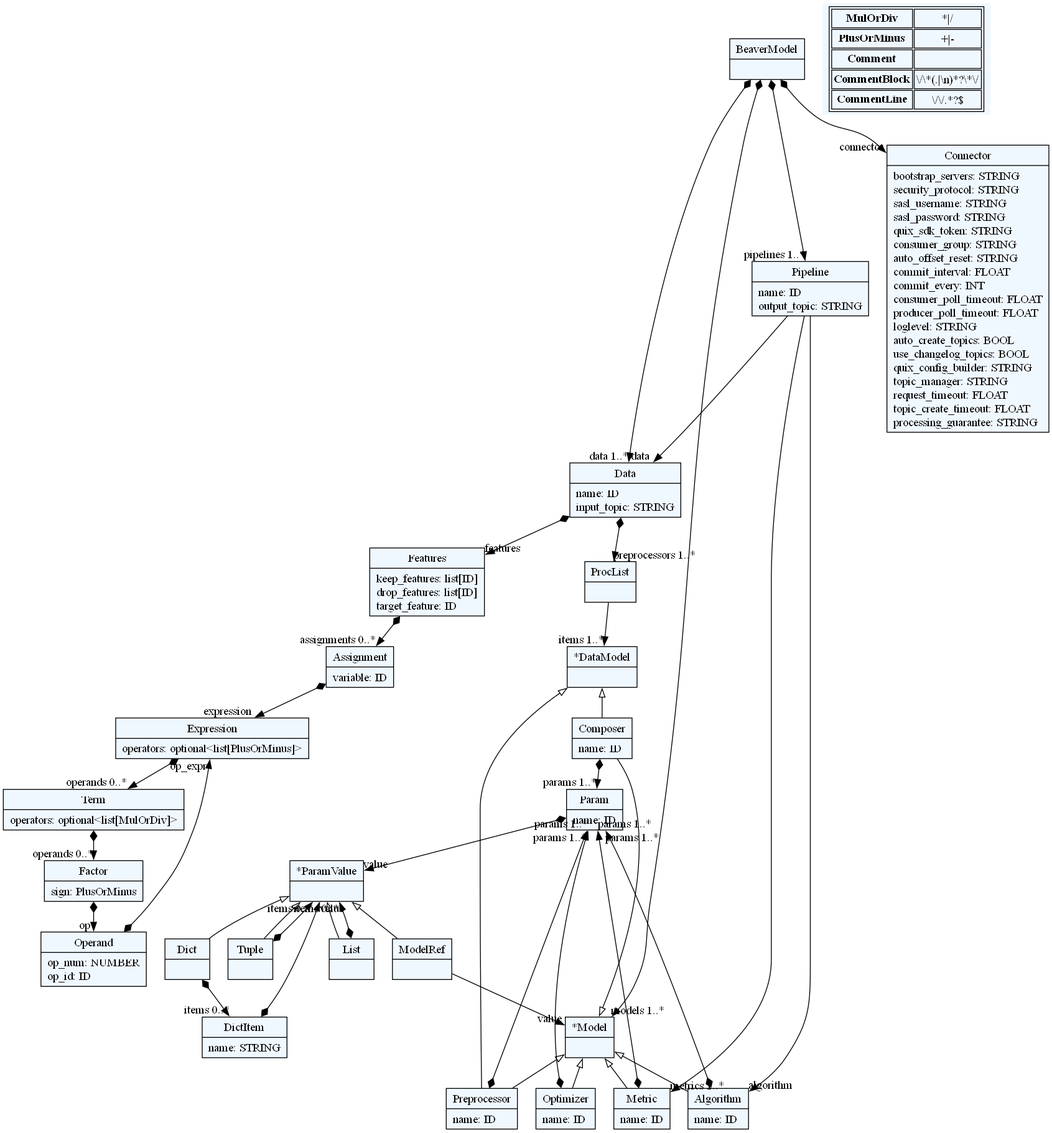
The Graphviz diagram beaver/grammar/pipeline.dot.png in deepblue597/beaver, before a commit. Its source is kept beside it as beaver/grammar/pipeline.dot. Source of this version:
```dot
    digraph textX {
    fontname = "Bitstream Vera Sans"
    fontsize = 8
    node[
        shape=record,
        style=filled,
        fillcolor=aliceblue
    ]
    nodesep = 0.3
    edge[dir=black,arrowtail=empty]


2249549835936[ label="{BeaverModel|}"]

2249583498048[ label="{Pipeline|name: ID\loutput_topic: STRING\l}"]

2249584104304[ label="{Data|name: ID\linput_topic: STRING\l}"]

2249584104112[ label="{ProcList|}"]

2249584103968[ label="{Features|keep_features: list[ID]\ldrop_features: list[ID]\ltarget_feature: ID\l}"]

2249584100032[ label="{Assignment|variable: ID\l}"]

2249584099984[ label="{Expression|operators: optional\<list[PlusOrMinus]\>\l}"]

2249584099744[ label="{Term|operators: optional\<list[MulOrDiv]\>\l}"]

2249584100080[ label="{Factor|sign: PlusOrMinus\l}"]

2249584104352[ label="{Operand|op_num: NUMBER\lop_id: ID\l}"]

2249584104736[ label="{Connector|bootstrap_servers: STRING\lsecurity_protocol: STRING\lsasl_username: STRING\lsasl_password: STRING\lquix_sdk_token: STRING\lconsumer_group: STRING\lauto_offset_reset: STRING\lcommit_interval: FLOAT\lcommit_every: INT\lconsumer_poll_timeout: FLOAT\lproducer_poll_timeout: FLOAT\lloglevel: STRING\lauto_create_topics: BOOL\luse_changelog_topics: BOOL\lquix_config_builder: STRING\ltopic_manager: STRING\lrequest_timeout: FLOAT\ltopic_create_timeout: FLOAT\lprocessing_guarantee: STRING\l}"]

2249550026352[ label="{List|}"]

2249584105648[ label="{Tuple|}"]

2249584105792[ label="{Dict|}"]

2249584106320[ label="{DictItem|name: STRING\l}"]

2249584105168[ label="{ModelRef|}"]

2249584106512[ label="{Param|name: ID\l}"]

2249584106608[ label="{*ParamValue|}"]

2249584107136[ label="{*Model|}"]

2249584107232[ label="{*DataModel|}"]

2249584107328[ label="{Composer|name: ID\l}"]

2249584107424[ label="{Preprocessor|name: ID\l}"]

2249584531200[ label="{Algorithm|name: ID\l}"]

2249584107568[ label="{Optimizer|name: ID\l}"]

2249584107616[ label="{Metric|name: ID\l}"]



2249549835936 -> 2249584104736[arrowtail=diamond, dir=both, headlabel="connector "]
2249549835936 -> 2249584107136[arrowtail=diamond, dir=both, headlabel="models 1..*"]
2249549835936 -> 2249584104304[arrowtail=diamond, dir=both, headlabel="data 1..*"]
2249549835936 -> 2249583498048[arrowtail=diamond, dir=both, headlabel="pipelines 1..*"]
2249583498048 -> 2249584104304[headlabel="data "]
2249583498048 -> 2249584531200[headlabel="algorithm "]
2249583498048 -> 2249584107616[headlabel="metrics 1..*"]
2249584104304 -> 2249584103968[arrowtail=diamond, dir=both, headlabel="features "]
2249584104304 -> 2249584104112[arrowtail=diamond, dir=both, headlabel="preprocessors 1..*"]
2249584104112 -> 2249584107232[headlabel="items 1..*"]
2249584103968 -> 2249584100032[arrowtail=diamond, dir=both, headlabel="assignments 0..*"]
2249584100032 -> 2249584099984[arrowtail=diamond, dir=both, headlabel="expression "]
2249584099984 -> 2249584099744[arrowtail=diamond, dir=both, headlabel="operands 0..*"]
2249584099744 -> 2249584100080[arrowtail=diamond, dir=both, headlabel="operands 0..*"]
2249584100080 -> 2249584104352[arrowtail=diamond, dir=both, headlabel="op "]
2249584104352 -> 2249584099984[arrowtail=diamond, dir=both, headlabel="op_expr "]
2249550026352 -> 2249584106608[arrowtail=diamond, dir=both, headlabel="items 0..*"]
2249584105648 -> 2249584106608[arrowtail=diamond, dir=both, headlabel="items 0..*"]
2249584105792 -> 2249584106320[arrowtail=diamond, dir=both, headlabel="items 0..*"]
2249584106320 -> 2249584106608[arrowtail=diamond, dir=both, headlabel="value "]
2249584105168 -> 2249584107136[headlabel="value "]
2249584106512 -> 2249584106608[arrowtail=diamond, dir=both, headlabel="value "]
2249584106608 -> 2249584105648 [dir=back]
2249584106608 -> 2249550026352 [dir=back]
2249584106608 -> 2249584105792 [dir=back]
2249584106608 -> 2249584105168 [dir=back]
2249584107136 -> 2249584107328 [dir=back]
2249584107136 -> 2249584107424 [dir=back]
2249584107136 -> 2249584531200 [dir=back]
2249584107136 -> 2249584107568 [dir=back]
2249584107136 -> 2249584107616 [dir=back]
2249584107232 -> 2249584107328 [dir=back]
2249584107232 -> 2249584107424 [dir=back]
2249584107328 -> 2249584106512[arrowtail=diamond, dir=both, headlabel="params 1..*"]
2249584107424 -> 2249584106512[arrowtail=diamond, dir=both, headlabel="params 1..*"]
2249584531200 -> 2249584106512[arrowtail=diamond, dir=both, headlabel="params 1..*"]
2249584107568 -> 2249584106512[arrowtail=diamond, dir=both, headlabel="params 1..*"]
2249584107616 -> 2249584106512[arrowtail=diamond, dir=both, headlabel="params 1..*"]
match_rules [ shape=plaintext, label=< <table>
	<tr>
		<td><b>MulOrDiv</b></td><td>*|/</td>
	</tr>
	<tr>
		<td><b>PlusOrMinus</b></td><td>+|-</td>
	</tr>
	<tr>
		<td><b>Comment</b></td><td></td>
	</tr>
	<tr>
		<td><b>CommentBlock</b></td><td>\/\*(.|\n)*?\*\/</td>
	</tr>
	<tr>
		<td><b>CommentLine</b></td><td>\/\/.*?$</td>
	</tr>
</table> >]


}
```
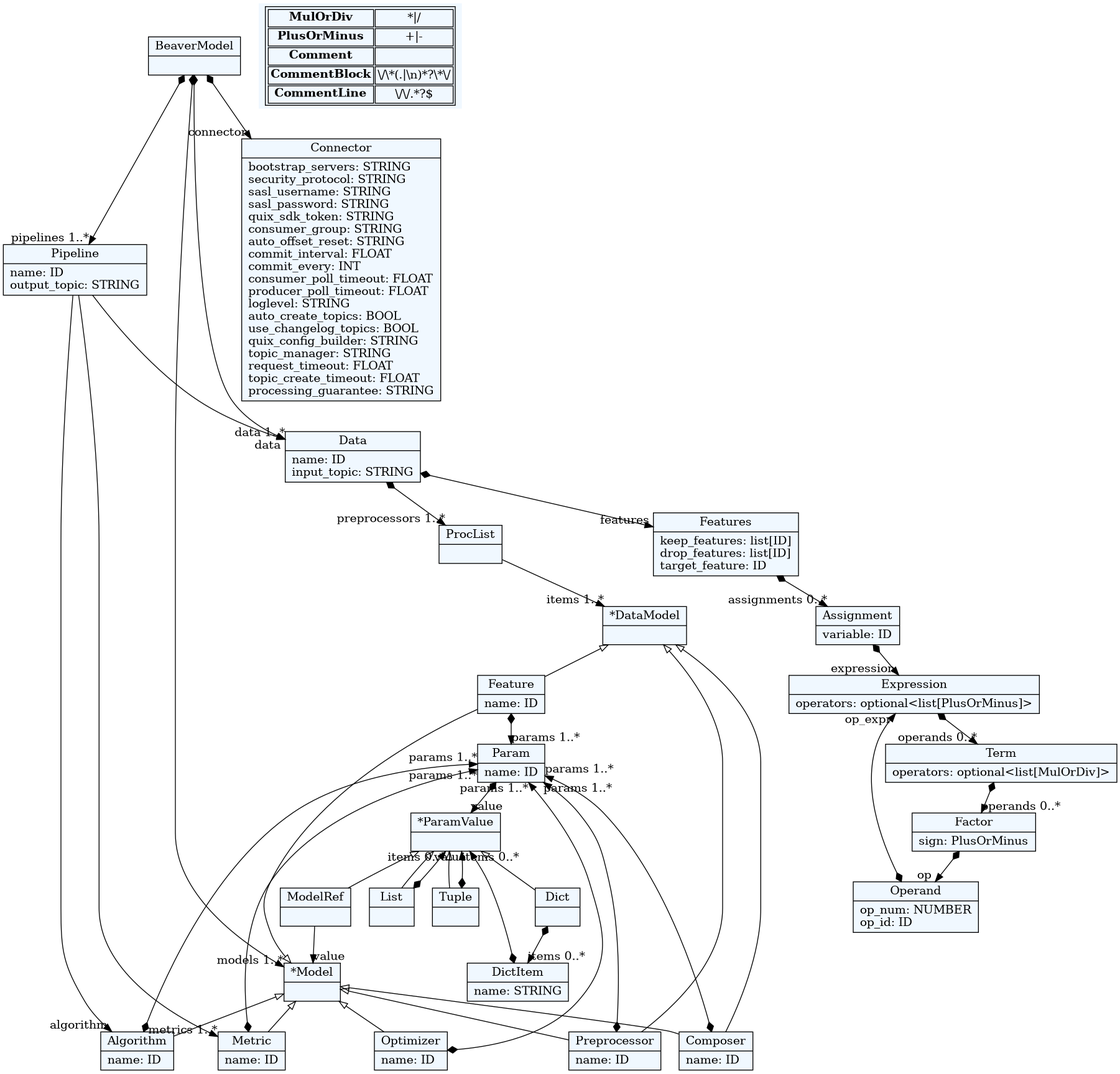
The same diagram one commit later.

What changed in the source:
```diff
@@ -10,96 +10,101 @@
     edge[dir=black,arrowtail=empty]
 
 
-2249549835936[ label="{BeaverModel|}"]
+133020966114496[ label="{BeaverModel|}"]
 
-2249583498048[ label="{Pipeline|name: ID\loutput_topic: STRING\l}"]
+133020967748480[ label="{Pipeline|name: ID\loutput_topic: STRING\l}"]
 
-2249584104304[ label="{Data|name: ID\linput_topic: STRING\l}"]
+133020965655504[ label="{Data|name: ID\linput_topic: STRING\l}"]
 
-2249584104112[ label="{ProcList|}"]
+133020965656656[ label="{ProcList|}"]
 
-2249584103968[ label="{Features|keep_features: list[ID]\ldrop_features: list[ID]\ltarget_feature: ID\l}"]
+133020965656800[ label="{Features|keep_features: list[ID]\ldrop_features: list[ID]\ltarget_feature: ID\l}"]
 
-2249584100032[ label="{Assignment|variable: ID\l}"]
+133020965653728[ label="{Assignment|variable: ID\l}"]
 
-2249584099984[ label="{Expression|operators: optional\<list[PlusOrMinus]\>\l}"]
+133020965653776[ label="{Expression|operators: optional\<list[PlusOrMinus]\>\l}"]
 
-2249584099744[ label="{Term|operators: optional\<list[MulOrDiv]\>\l}"]
+133020965653920[ label="{Term|operators: optional\<list[MulOrDiv]\>\l}"]
 
-2249584100080[ label="{Factor|sign: PlusOrMinus\l}"]
+133020965654064[ label="{Factor|sign: PlusOrMinus\l}"]
 
-2249584104352[ label="{Operand|op_num: NUMBER\lop_id: ID\l}"]
+133020966113824[ label="{Operand|op_num: NUMBER\lop_id: ID\l}"]
 
-2249584104736[ label="{Connector|bootstrap_servers: STRING\lsecurity_protocol: STRING\lsasl_username: STRING\lsasl_password: STRING\lquix_sdk_token: STRING\lconsumer_group: STRING\lauto_offset_reset: STRING\lcommit_interval: FLOAT\lcommit_every: INT\lconsumer_poll_timeout: FLOAT\lproducer_poll_timeout: FLOAT\lloglevel: STRING\lauto_create_topics: BOOL\luse_changelog_topics: BOOL\lquix_config_builder: STRING\ltopic_manager: STRING\lrequest_timeout: FLOAT\ltopic_create_timeout: FLOAT\lprocessing_guarantee: STRING\l}"]
+133020965654208[ label="{Connector|bootstrap_servers: STRING\lsecurity_protocol: STRING\lsasl_username: STRING\lsasl_password: STRING\lquix_sdk_token: STRING\lconsumer_group: STRING\lauto_offset_reset: STRING\lcommit_interval: FLOAT\lcommit_every: INT\lconsumer_poll_timeout: FLOAT\lproducer_poll_timeout: FLOAT\lloglevel: STRING\lauto_create_topics: BOOL\luse_changelog_topics: BOOL\lquix_config_builder: STRING\ltopic_manager: STRING\lrequest_timeout: FLOAT\ltopic_create_timeout: FLOAT\lprocessing_guarantee: STRING\l}"]
 
-2249550026352[ label="{List|}"]
+133020965654304[ label="{List|}"]
 
-2249584105648[ label="{Tuple|}"]
+133020965654448[ label="{Tuple|}"]
 
-2249584105792[ label="{Dict|}"]
+133020965654736[ label="{Dict|}"]
 
-2249584106320[ label="{DictItem|name: STRING\l}"]
+133020965655456[ label="{DictItem|name: STRING\l}"]
 
-2249584105168[ label="{ModelRef|}"]
+133020965655792[ label="{ModelRef|}"]
 
-2249584106512[ label="{Param|name: ID\l}"]
+133020965656176[ label="{Param|name: ID\l}"]
 
-2249584106608[ label="{*ParamValue|}"]
+133020965655984[ label="{*ParamValue|}"]
 
-2249584107136[ label="{*Model|}"]
+133020965656848[ label="{*Model|}"]
 
-2249584107232[ label="{*DataModel|}"]
+133020965656560[ label="{*DataModel|}"]
 
-2249584107328[ label="{Composer|name: ID\l}"]
+133020965656944[ label="{Feature|name: ID\l}"]
 
-2249584107424[ label="{Preprocessor|name: ID\l}"]
+133020965657040[ label="{Composer|name: ID\l}"]
 
-2249584531200[ label="{Algorithm|name: ID\l}"]
+133020965657136[ label="{Preprocessor|name: ID\l}"]
 
-2249584107568[ label="{Optimizer|name: ID\l}"]
+133020965657232[ label="{Algorithm|name: ID\l}"]
 
-2249584107616[ label="{Metric|name: ID\l}"]
+133020965657280[ label="{Optimizer|name: ID\l}"]
+
+133020965657376[ label="{Metric|name: ID\l}"]
 
 
 
-2249549835936 -> 2249584104736[arrowtail=diamond, dir=both, headlabel="connector "]
-2249549835936 -> 2249584107136[arrowtail=diamond, dir=both, headlabel="models 1..*"]
-2249549835936 -> 2249584104304[arrowtail=diamond, dir=both, headlabel="data 1..*"]
-2249549835936 -> 2249583498048[arrowtail=diamond, dir=both, headlabel="pipelines 1..*"]
-2249583498048 -> 2249584104304[headlabel="data "]
-2249583498048 -> 2249584531200[headlabel="algorithm "]
-2249583498048 -> 2249584107616[headlabel="metrics 1..*"]
-2249584104304 -> 2249584103968[arrowtail=diamond, dir=both, headlabel="features "]
-2249584104304 -> 2249584104112[arrowtail=diamond, dir=both, headlabel="preprocessors 1..*"]
-2249584104112 -> 2249584107232[headlabel="items 1..*"]
-2249584103968 -> 2249584100032[arrowtail=diamond, dir=both, headlabel="assignments 0..*"]
-2249584100032 -> 2249584099984[arrowtail=diamond, dir=both, headlabel="expression "]
-2249584099984 -> 2249584099744[arrowtail=diamond, dir=both, headlabel="operands 0..*"]
-2249584099744 -> 2249584100080[arrowtail=diamond, dir=both, headlabel="operands 0..*"]
-2249584100080 -> 2249584104352[arrowtail=diamond, dir=both, headlabel="op "]
-2249584104352 -> 2249584099984[arrowtail=diamond, dir=both, headlabel="op_expr "]
-2249550026352 -> 2249584106608[arrowtail=diamond, dir=both, headlabel="items 0..*"]
-2249584105648 -> 2249584106608[arrowtail=diamond, dir=both, headlabel="items 0..*"]
-2249584105792 -> 2249584106320[arrowtail=diamond, dir=both, headlabel="items 0..*"]
-2249584106320 -> 2249584106608[arrowtail=diamond, dir=both, headlabel="value "]
-2249584105168 -> 2249584107136[headlabel="value "]
-2249584106512 -> 2249584106608[arrowtail=diamond, dir=both, headlabel="value "]
-2249584106608 -> 2249584105648 [dir=back]
-2249584106608 -> 2249550026352 [dir=back]
-2249584106608 -> 2249584105792 [dir=back]
-2249584106608 -> 2249584105168 [dir=back]
-2249584107136 -> 2249584107328 [dir=back]
-2249584107136 -> 2249584107424 [dir=back]
-2249584107136 -> 2249584531200 [dir=back]
-2249584107136 -> 2249584107568 [dir=back]
-2249584107136 -> 2249584107616 [dir=back]
-2249584107232 -> 2249584107328 [dir=back]
-2249584107232 -> 2249584107424 [dir=back]
-2249584107328 -> 2249584106512[arrowtail=diamond, dir=both, headlabel="params 1..*"]
-2249584107424 -> 2249584106512[arrowtail=diamond, dir=both, headlabel="params 1..*"]
-2249584531200 -> 2249584106512[arrowtail=diamond, dir=both, headlabel="params 1..*"]
-2249584107568 -> 2249584106512[arrowtail=diamond, dir=both, headlabel="params 1..*"]
-2249584107616 -> 2249584106512[arrowtail=diamond, dir=both, headlabel="params 1..*"]
+133020966114496 -> 133020965654208[arrowtail=diamond, dir=both, headlabel="connector "]
+133020966114496 -> 133020965656848[arrowtail=diamond, dir=both, headlabel="models 1..*"]
+133020966114496 -> 133020965655504[arrowtail=diamond, dir=both, headlabel="data 1..*"]
+133020966114496 -> 133020967748480[arrowtail=diamond, dir=both, headlabel="pipelines 1..*"]
+133020967748480 -> 133020965655504[headlabel="data "]
+133020967748480 -> 133020965657232[headlabel="algorithm "]
+133020967748480 -> 133020965657376[headlabel="metrics 1..*"]
+133020965655504 -> 133020965656800[arrowtail=diamond, dir=both, headlabel="features "]
+133020965655504 -> 133020965656656[arrowtail=diamond, dir=both, headlabel="preprocessors 1..*"]
+133020965656656 -> 133020965656560[headlabel="items 1..*"]
+133020965656800 -> 133020965653728[arrowtail=diamond, dir=both, headlabel="assignments 0..*"]
+133020965653728 -> 133020965653776[arrowtail=diamond, dir=both, headlabel="expression "]
+133020965653776 -> 133020965653920[arrowtail=diamond, dir=both, headlabel="operands 0..*"]
+133020965653920 -> 133020965654064[arrowtail=diamond, dir=both, headlabel="operands 0..*"]
+133020965654064 -> 133020966113824[arrowtail=diamond, dir=both, headlabel="op "]
+133020966113824 -> 133020965653776[arrowtail=diamond, dir=both, headlabel="op_expr "]
+133020965654304 -> 133020965655984[arrowtail=diamond, dir=both, headlabel="items 0..*"]
+133020965654448 -> 133020965655984[arrowtail=diamond, dir=both, headlabel="items 0..*"]
+133020965654736 -> 133020965655456[arrowtail=diamond, dir=both, headlabel="items 0..*"]
+133020965655456 -> 133020965655984[arrowtail=diamond, dir=both, headlabel="value "]
+133020965655792 -> 133020965656848[headlabel="value "]
+133020965656176 -> 133020965655984[arrowtail=diamond, dir=both, headlabel="value "]
+133020965655984 -> 133020965654448 [dir=back]
+133020965655984 -> 133020965654304 [dir=back]
+133020965655984 -> 133020965654736 [dir=back]
+133020965655984 -> 133020965655792 [dir=back]
+133020965656848 -> 133020965657040 [dir=back]
+133020965656848 -> 133020965657136 [dir=back]
+133020965656848 -> 133020965656944 [dir=back]
+133020965656848 -> 133020965657232 [dir=back]
+133020965656848 -> 133020965657280 [dir=back]
+133020965656848 -> 133020965657376 [dir=back]
+133020965656560 -> 133020965657040 [dir=back]
+133020965656560 -> 133020965657136 [dir=back]
+133020965656560 -> 133020965656944 [dir=back]
+133020965656944 -> 133020965656176[arrowtail=diamond, dir=both, headlabel="params 1..*"]
+133020965657040 -> 133020965656176[arrowtail=diamond, dir=both, headlabel="params 1..*"]
+133020965657136 -> 133020965656176[arrowtail=diamond, dir=both, headlabel="params 1..*"]
+133020965657232 -> 133020965656176[arrowtail=diamond, dir=both, headlabel="params 1..*"]
+133020965657280 -> 133020965656176[arrowtail=diamond, dir=both, headlabel="params 1..*"]
+133020965657376 -> 133020965656176[arrowtail=diamond, dir=both, headlabel="params 1..*"]
 match_rules [ shape=plaintext, label=< <table>
 	<tr>
 		<td><b>MulOrDiv</b></td><td>*|/</td>
```
